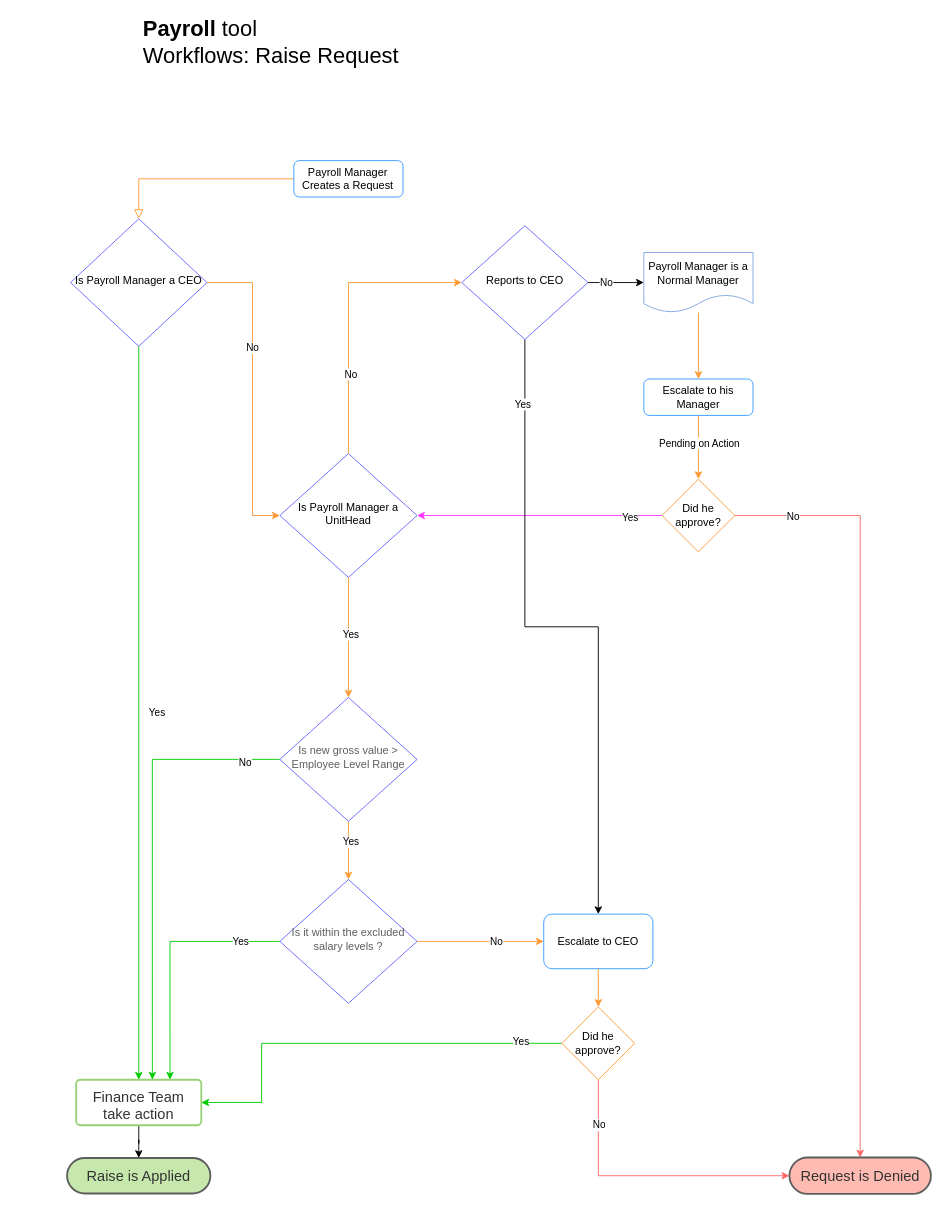
This is SalaryRaise/Untitled Diagram.drawio from paula-at-flairs/Payroll-Workflows, a draw.io file, before an edit. Source tidied: cells renumbered, new cells numbered last; positions are measured from the earlier drawing's top-left corner, leaving out a move shared by most shapes. Both pictures are drawn from the tidied source at 91%, with x=0, y=0 at pixel (66, 24).
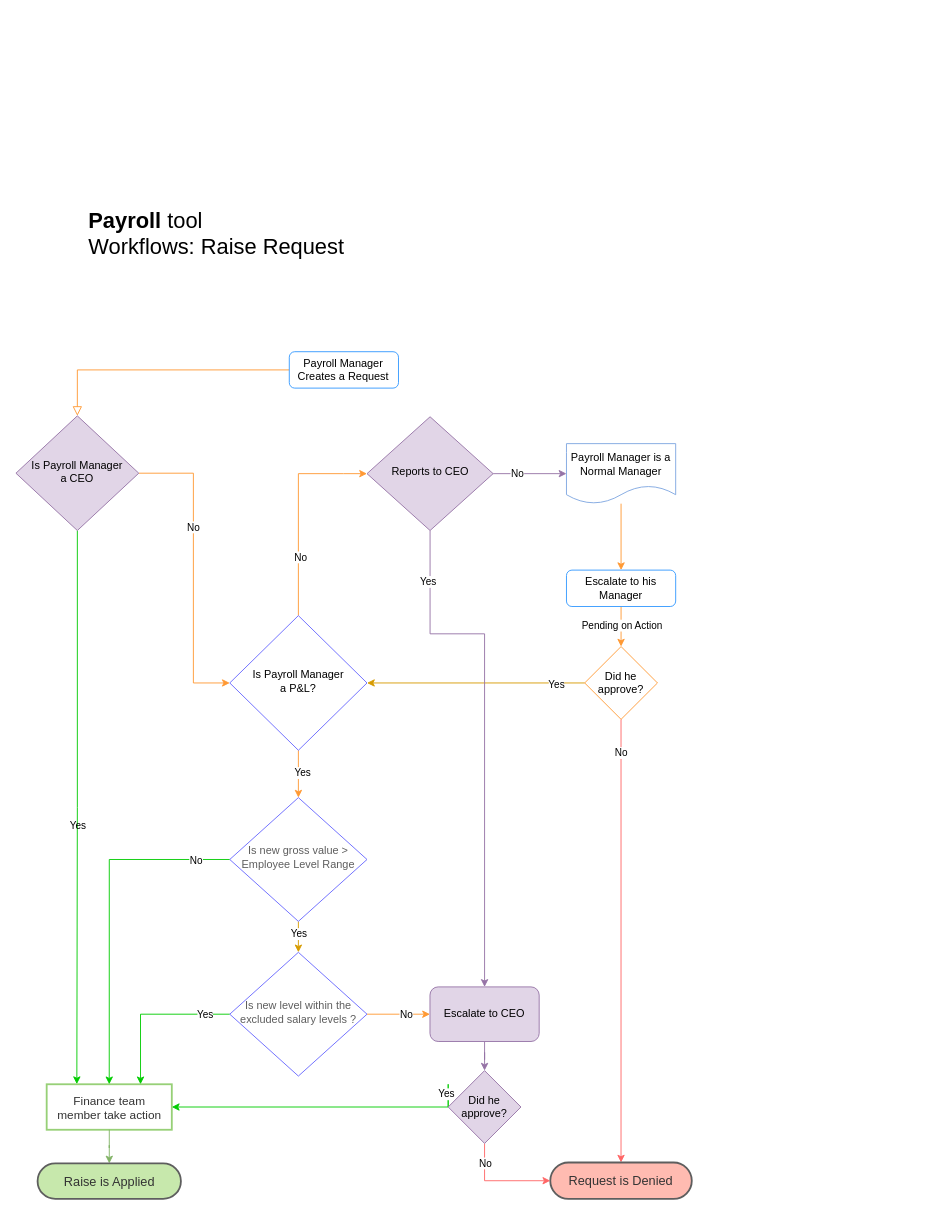
After the change.

Commit message (it also covers changes not shown here):
simplified salary raise flow

Unchanged cells that the change refers to:
```xml
<mxCell id="11" style="edgeStyle=orthogonalEdgeStyle;rounded=0;jettySize=auto;html=1;entryX=0.5;entryY=0;entryDx=0;entryDy=0;strokeColor=#FF9933;" parent="1" edge="1" source="15" target="20">
  <mxGeometry relative="1" as="geometry" />
</mxCell>
<mxCell id="23" style="edgeStyle=orthogonalEdgeStyle;rounded=0;jettySize=auto;html=1;entryX=0.5;entryY=0;entryDx=0;entryDy=0;strokeColor=#FF9933;" parent="1" edge="1" source="25" target="30">
  <mxGeometry relative="1" as="geometry" />
</mxCell>
<mxCell id="41" style="edgeStyle=orthogonalEdgeStyle;rounded=0;jettySize=auto;html=1;entryX=0;entryY=0.5;entryDx=0;entryDy=0;exitX=0.5;exitY=1;exitDx=0;exitDy=0;strokeColor=#FF6666;" parent="1" edge="1" source="43" target="31">
  <mxGeometry relative="1" as="geometry" />
</mxCell>
```

The edit, as a diff of the source:
```diff
@@
+    <mxCell id="9" value="&lt;font style=&quot;font-size: 13px&quot;&gt;Finance team member take action&lt;/font&gt;" style="html=1;overflow=block;blockSpacing=1;whiteSpace=wrap;whiteSpace=wrap;fontSize=14;fontColor=#333333;spacing=9;strokeColor=#97D077;strokeOpacity=100;rounded=1;absoluteArcSize=1;arcSize=0;strokeWidth=2;" parent="1" vertex="1">
+      <mxGeometry x="-22.2" y="1165" width="137.5" height="50" as="geometry" />
+    </mxCell>
@@
     <mxCell id="3" value="Payroll Manager Creates a Request" style="rounded=1;whiteSpace=wrap;html=1;fontSize=12;glass=0;strokeWidth=1;shadow=0;strokeColor=#3399FF;" parent="1" vertex="1">
-      <mxGeometry x="249.4" y="150" width="120" height="40" as="geometry" />
+      <mxGeometry x="244.4" y="360" width="120" height="40" as="geometry" />
     </mxCell>
-    <mxCell id="4" value="Yes" style="rounded=0;html=1;jettySize=auto;fontSize=11;endArrow=classic;endFill=1;strokeWidth=1;shadow=0;labelBackgroundColor=none;edgeStyle=orthogonalEdgeStyle;entryX=0.5;entryY=0;entryDx=0;entryDy=0;strokeColor=#00CC00;" parent="1" edge="1" source="7" target="9">
+    <mxCell id="4" value="Yes" style="rounded=0;html=1;jettySize=auto;fontSize=11;endArrow=classic;endFill=1;strokeWidth=1;shadow=0;labelBackgroundColor=none;edgeStyle=orthogonalEdgeStyle;strokeColor=#00CC00;entryX=0.241;entryY=-0.003;entryDx=0;entryDy=0;entryPerimeter=0;" parent="1" edge="1" source="7" target="9">
       <mxGeometry y="20" relative="1" as="geometry" />
     </mxCell>
     <mxCell id="5" style="edgeStyle=orthogonalEdgeStyle;rounded=0;jettySize=auto;html=1;entryX=0;entryY=0.5;entryDx=0;entryDy=0;strokeColor=#FF9933;" parent="1" edge="1" source="7" target="15">
       <mxGeometry relative="1" as="geometry">
         <Array as="points">
-          <mxPoint x="204" y="284" />
-          <mxPoint x="204" y="540" />
+          <mxPoint x="139" y="494" />
+          <mxPoint x="139" y="724" />
         </Array>
       </mxGeometry>
     </mxCell>
@@
-    <mxCell id="7" value="Is Payroll Manager a CEO" style="rhombus;whiteSpace=wrap;html=1;shadow=0;fontFamily=Helvetica;fontSize=12;align=center;strokeWidth=1;spacing=6;spacingTop=-4;strokeColor=#6666FF;" parent="1" vertex="1">
-      <mxGeometry x="4" y="214" width="150" height="140" as="geometry" />
+    <mxCell id="7" value="Is Payroll Manager &lt;br&gt;a CEO" style="rhombus;whiteSpace=wrap;html=1;shadow=0;fontFamily=Helvetica;fontSize=12;align=center;strokeWidth=1;spacing=6;spacingTop=-4;strokeColor=#9673a6;fillColor=#e1d5e7;" parent="1" vertex="1">
+      <mxGeometry x="-56" y="430.5" width="135" height="126" as="geometry" />
     </mxCell>
-    <mxCell id="8" style="edgeStyle=orthogonalEdgeStyle;rounded=0;jettySize=auto;html=1;" parent="1" edge="1" source="9" target="10">
+    <mxCell id="8" style="edgeStyle=orthogonalEdgeStyle;rounded=0;jettySize=auto;html=1;fillColor=#d5e8d4;strokeColor=#82b366;" parent="1" edge="1" source="9" target="10">
       <mxGeometry relative="1" as="geometry" />
     </mxCell>
-    <mxCell id="9" value="Finance Team take action" style="html=1;overflow=block;blockSpacing=1;whiteSpace=wrap;whiteSpace=wrap;fontSize=16;fontColor=#333333;spacing=9;strokeColor=#97D077;strokeOpacity=100;rounded=1;absoluteArcSize=1;arcSize=9;strokeWidth=2;" parent="1" vertex="1">
-      <mxGeometry x="10.2" y="1160" width="137.5" height="50" as="geometry" />
-    </mxCell>
-    <mxCell id="10" value="Raise is Applied" style="html=1;overflow=block;blockSpacing=1;whiteSpace=wrap;rounded=1;arcSize=50;whiteSpace=wrap;fontSize=16;fontColor=#333333;spacing=4;strokeColor=#5e5e5e;strokeOpacity=100;fillOpacity=100;fillColor=#c7e8ac;strokeWidth=2;" parent="1" vertex="1">
-      <mxGeometry x="0.2" y="1246" width="157.5" height="39" as="geometry" />
+    <mxCell id="10" value="Raise is Applied" style="html=1;overflow=block;blockSpacing=1;whiteSpace=wrap;rounded=1;arcSize=50;whiteSpace=wrap;fontSize=14;fontColor=#333333;spacing=4;strokeColor=#5e5e5e;strokeOpacity=100;fillOpacity=100;fillColor=#c7e8ac;strokeWidth=2;" parent="1" vertex="1">
+      <mxGeometry x="-32.2" y="1252" width="157.5" height="39" as="geometry" />
     </mxCell>
@@
     <mxCell id="12" value="Yes" style="edgeLabel;html=1;align=center;verticalAlign=middle;" parent="11" vertex="1">
-      <mxGeometry x="-0.06" y="2" relative="1" as="geometry" />
+      <mxGeometry x="-0.06" y="2" relative="1" as="geometry">
+        <mxPoint x="2" as="offset" />
+      </mxGeometry>
     </mxCell>
     <mxCell id="13" style="edgeStyle=orthogonalEdgeStyle;rounded=0;jettySize=auto;html=1;exitX=0.5;exitY=0;exitDx=0;exitDy=0;strokeColor=#FF9933;entryX=0;entryY=0.5;entryDx=0;entryDy=0;" parent="1" edge="1" source="15" target="49">
       <mxGeometry relative="1" as="geometry">
         <Array as="points">
-          <mxPoint x="309" y="284" />
-          <mxPoint x="414" y="284" />
+          <mxPoint x="304" y="494" />
+          <mxPoint x="409" y="494" />
         </Array>
       </mxGeometry>
     </mxCell>
@@
-    <mxCell id="15" value="Is Payroll Manager a UnitHead" style="rhombus;whiteSpace=wrap;html=1;shadow=0;fontFamily=Helvetica;fontSize=12;align=center;strokeWidth=1;spacing=6;spacingTop=-4;strokeColor=#6666FF;" parent="1" vertex="1">
-      <mxGeometry x="234" y="472" width="150.8" height="136" as="geometry" />
+    <mxCell id="15" value="Is Payroll Manager &lt;br&gt;a P&amp;amp;L?" style="rhombus;whiteSpace=wrap;html=1;shadow=0;fontFamily=Helvetica;fontSize=12;align=center;strokeWidth=1;spacing=6;spacingTop=-4;strokeColor=#6666FF;" parent="1" vertex="1">
+      <mxGeometry x="179" y="650" width="150.8" height="148" as="geometry" />
     </mxCell>
-    <mxCell id="16" style="edgeStyle=orthogonalEdgeStyle;rounded=0;jettySize=auto;html=1;entryX=0.5;entryY=0;entryDx=0;entryDy=0;strokeColor=#FF9933;" parent="1" edge="1" source="20" target="36">
-      <mxGeometry relative="1" as="geometry" />
-    </mxCell>
-    <mxCell id="17" value="Yes" style="edgeLabel;html=1;align=center;verticalAlign=middle;" parent="16" vertex="1">
-      <mxGeometry x="-0.3" y="2" relative="1" as="geometry" />
-    </mxCell>
-    <mxCell id="18" style="edgeStyle=orthogonalEdgeStyle;rounded=0;jettySize=auto;html=1;entryX=0.609;entryY=0;entryDx=0;entryDy=0;entryPerimeter=0;strokeColor=#00CC00;" parent="1" edge="1" source="20" target="9">
-      <mxGeometry relative="1" as="geometry" />
-    </mxCell>
-    <mxCell id="19" value="No" style="edgeLabel;html=1;align=center;verticalAlign=middle;" parent="18" vertex="1">
-      <mxGeometry x="-0.84" y="3" relative="1" as="geometry" />
-    </mxCell>
-    <mxCell id="20" value="&lt;span style=&quot;color: rgb(94 , 94 , 94)&quot;&gt;Is new gross value &amp;gt; Employee Level Range&lt;/span&gt;" style="rhombus;whiteSpace=wrap;html=1;shadow=0;fontFamily=Helvetica;fontSize=12;align=center;strokeWidth=1;spacing=6;spacingTop=-4;strokeColor=#6666FF;" parent="1" vertex="1">
-      <mxGeometry x="234" y="740" width="150.8" height="136" as="geometry" />
-    </mxCell>
@@
     <mxCell id="22" value="Payroll Manager is a Normal Manager" style="shape=document;whiteSpace=wrap;html=1;boundedLbl=1;strokeColor=#7EA6E0;" parent="1" vertex="1">
-      <mxGeometry x="634" y="251" width="120" height="66" as="geometry" />
+      <mxGeometry x="549" y="461" width="120" height="66" as="geometry" />
     </mxCell>
@@
     <mxCell id="24" value="Pending on Action" style="edgeLabel;html=1;align=center;verticalAlign=middle;" parent="23" vertex="1">
       <mxGeometry x="0.82" y="2" relative="1" as="geometry">
-        <mxPoint x="-2" y="-33.7" as="offset" />
+        <mxPoint x="-2" y="-20" as="offset" />
       </mxGeometry>
     </mxCell>
     <mxCell id="25" value="Escalate to his Manager" style="rounded=1;whiteSpace=wrap;html=1;fontSize=12;glass=0;strokeWidth=1;shadow=0;strokeColor=#3399FF;" parent="1" vertex="1">
-      <mxGeometry x="634" y="390" width="120" height="40" as="geometry" />
+      <mxGeometry x="549" y="600" width="120" height="40" as="geometry" />
     </mxCell>
@@
-    <mxCell id="28" style="edgeStyle=orthogonalEdgeStyle;rounded=0;jettySize=auto;html=1;exitX=0;exitY=0.5;exitDx=0;exitDy=0;entryX=1;entryY=0.5;entryDx=0;entryDy=0;strokeColor=#FF33FF;" parent="1" edge="1" source="30" target="15">
+    <mxCell id="28" style="edgeStyle=orthogonalEdgeStyle;rounded=0;jettySize=auto;html=1;exitX=0;exitY=0.5;exitDx=0;exitDy=0;entryX=1;entryY=0.5;entryDx=0;entryDy=0;strokeColor=#d79b00;fillColor=#ffe6cc;" parent="1" edge="1" source="30" target="15">
       <mxGeometry relative="1" as="geometry" />
     </mxCell>
@@
     <mxCell id="30" value="Did he approve?" style="rhombus;whiteSpace=wrap;html=1;strokeColor=#FF9933;" parent="1" vertex="1">
-      <mxGeometry x="654" y="500" width="80" height="80" as="geometry" />
+      <mxGeometry x="569" y="684" width="80" height="80" as="geometry" />
     </mxCell>
-    <mxCell id="31" value="Request is Denied" style="html=1;overflow=block;blockSpacing=1;whiteSpace=wrap;rounded=1;arcSize=50;whiteSpace=wrap;fontSize=16;fontColor=#333333;spacing=4;strokeColor=#5e5e5e;strokeOpacity=100;fillOpacity=100;fillColor=#ffbbb1;strokeWidth=2;" parent="1" vertex="1">
-      <mxGeometry x="794" y="1245.5" width="155.5" height="40" as="geometry" />
+    <mxCell id="31" value="Request is Denied" style="html=1;overflow=block;blockSpacing=1;whiteSpace=wrap;rounded=1;arcSize=50;whiteSpace=wrap;fontSize=14;fontColor=#333333;spacing=4;strokeColor=#5e5e5e;strokeOpacity=100;fillOpacity=100;fillColor=#ffbbb1;strokeWidth=2;" parent="1" vertex="1">
+      <mxGeometry x="531.2" y="1251" width="155.5" height="40" as="geometry" />
     </mxCell>
-    <mxCell id="32" style="edgeStyle=orthogonalEdgeStyle;rounded=0;jettySize=auto;html=1;entryX=0.75;entryY=0;entryDx=0;entryDy=0;strokeColor=#00CC00;" parent="1" edge="1" source="36" target="9">
+    <mxCell id="32" style="edgeStyle=orthogonalEdgeStyle;rounded=0;jettySize=auto;html=1;strokeColor=#00CC00;entryX=0.75;entryY=0;entryDx=0;entryDy=0;" parent="1" edge="1" source="36" target="9">
       <mxGeometry relative="1" as="geometry" />
     </mxCell>
@@
-    <mxCell id="36" value="&lt;span data-lucid-content=&quot;{&amp;#34;t&amp;#34;:&amp;#34;Is it within the excluded salary levels ?&amp;#34;,&amp;#34;m&amp;#34;:[{&amp;#34;s&amp;#34;:0,&amp;#34;n&amp;#34;:&amp;#34;c&amp;#34;,&amp;#34;v&amp;#34;:&amp;#34;#5e5e5eff&amp;#34;,&amp;#34;e&amp;#34;:41},{&amp;#34;s&amp;#34;:0,&amp;#34;n&amp;#34;:&amp;#34;s&amp;#34;,&amp;#34;v&amp;#34;:22.22222222222222,&amp;#34;e&amp;#34;:41}]}&quot;&gt;&lt;span style=&quot;color: rgb(94 , 94 , 94)&quot;&gt;&lt;font style=&quot;font-size: 12px&quot;&gt;Is it within the excluded salary levels ?&lt;/font&gt;&lt;/span&gt;&lt;/span&gt;" style="rhombus;whiteSpace=wrap;html=1;shadow=0;fontFamily=Helvetica;fontSize=12;align=center;strokeWidth=1;spacing=6;spacingTop=-4;strokeColor=#6666FF;" parent="1" vertex="1">
-      <mxGeometry x="234" y="940" width="150.8" height="136" as="geometry" />
+    <mxCell id="36" value="&lt;span data-lucid-content=&quot;{&amp;#34;t&amp;#34;:&amp;#34;Is it within the excluded salary levels ?&amp;#34;,&amp;#34;m&amp;#34;:[{&amp;#34;s&amp;#34;:0,&amp;#34;n&amp;#34;:&amp;#34;c&amp;#34;,&amp;#34;v&amp;#34;:&amp;#34;#5e5e5eff&amp;#34;,&amp;#34;e&amp;#34;:41},{&amp;#34;s&amp;#34;:0,&amp;#34;n&amp;#34;:&amp;#34;s&amp;#34;,&amp;#34;v&amp;#34;:22.22222222222222,&amp;#34;e&amp;#34;:41}]}&quot;&gt;&lt;span style=&quot;color: rgb(94 , 94 , 94)&quot;&gt;&lt;font style=&quot;font-size: 12px&quot;&gt;Is new level within the excluded salary levels ?&lt;/font&gt;&lt;/span&gt;&lt;/span&gt;" style="rhombus;whiteSpace=wrap;html=1;shadow=0;fontFamily=Helvetica;fontSize=12;align=center;strokeWidth=1;spacing=6;spacingTop=-4;strokeColor=#6666FF;" parent="1" vertex="1">
+      <mxGeometry x="179" y="1020" width="150.8" height="136" as="geometry" />
     </mxCell>
-    <mxCell id="37" style="edgeStyle=orthogonalEdgeStyle;rounded=0;jettySize=auto;html=1;entryX=0.5;entryY=0;entryDx=0;entryDy=0;strokeColor=#FF9933;" parent="1" edge="1" source="38" target="43">
+    <mxCell id="37" style="edgeStyle=orthogonalEdgeStyle;rounded=0;jettySize=auto;html=1;entryX=0.5;entryY=0;entryDx=0;entryDy=0;strokeColor=#9673a6;fillColor=#e1d5e7;" parent="1" edge="1" source="38" target="43">
       <mxGeometry relative="1" as="geometry" />
     </mxCell>
-    <mxCell id="38" value="Escalate to CEO" style="rounded=1;whiteSpace=wrap;html=1;strokeColor=#3399FF;" parent="1" vertex="1">
-      <mxGeometry x="524" y="978" width="120" height="60" as="geometry" />
+    <mxCell id="38" value="Escalate to CEO" style="rounded=1;whiteSpace=wrap;html=1;strokeColor=#9673a6;fillColor=#e1d5e7;" parent="1" vertex="1">
+      <mxGeometry x="399" y="1058" width="120" height="60" as="geometry" />
     </mxCell>
-    <mxCell id="39" style="edgeStyle=orthogonalEdgeStyle;rounded=0;jettySize=auto;html=1;entryX=1;entryY=0.5;entryDx=0;entryDy=0;strokeColor=#00CC00;" parent="1" edge="1" source="43" target="9">
+    <mxCell id="39" style="edgeStyle=orthogonalEdgeStyle;rounded=0;jettySize=auto;html=1;entryX=1;entryY=0.5;entryDx=0;entryDy=0;strokeColor=#00CC00;exitX=0;exitY=0.5;exitDx=0;exitDy=0;" parent="1" edge="1" source="43" target="9">
       <mxGeometry relative="1" as="geometry">
         <Array as="points">
-          <mxPoint x="214" y="1120" />
-          <mxPoint x="214" y="1185" />
+          <mxPoint x="419" y="1165" />
+          <mxPoint x="419" y="1165" />
         </Array>
       </mxGeometry>
     </mxCell>
@@
     <mxCell id="42" value="No" style="edgeLabel;html=1;align=center;verticalAlign=middle;" parent="41" vertex="1">
       <mxGeometry x="-0.44" y="2" relative="1" as="geometry">
-        <mxPoint x="-2" y="-38.2" as="offset" />
+        <mxPoint x="-2" y="-10.4" as="offset" />
       </mxGeometry>
     </mxCell>
-    <mxCell id="43" value="Did he approve?" style="rhombus;whiteSpace=wrap;html=1;strokeColor=#FF9933;" parent="1" vertex="1">
-      <mxGeometry x="544" y="1080" width="80" height="80" as="geometry" />
+    <mxCell id="43" value="Did he approve?" style="rhombus;whiteSpace=wrap;html=1;strokeColor=#9673a6;fillColor=#e1d5e7;" parent="1" vertex="1">
+      <mxGeometry x="419" y="1150" width="80" height="80" as="geometry" />
     </mxCell>
     <mxCell id="44" value="&lt;div style=&quot;text-align: left&quot;&gt;&lt;font style=&quot;font-size: 24px&quot;&gt;&lt;b&gt;Payroll &lt;/b&gt;tool&lt;/font&gt;&lt;/div&gt;&lt;font style=&quot;font-size: 24px&quot;&gt;&lt;div style=&quot;text-align: left&quot;&gt;&lt;span&gt;Workflows: Raise Request&lt;/span&gt;&lt;/div&gt;&lt;/font&gt;" style="text;html=1;align=center;verticalAlign=middle;" parent="1" vertex="1">
-      <mxGeometry x="74" width="300" height="40" as="geometry" />
+      <mxGeometry x="14" y="210" width="300" height="40" as="geometry" />
     </mxCell>
-    <mxCell id="45" style="edgeStyle=orthogonalEdgeStyle;rounded=0;jettySize=auto;html=1;entryX=0.5;entryY=0;entryDx=0;entryDy=0;" parent="1" edge="1" source="49" target="38">
-      <mxGeometry relative="1" as="geometry" />
+    <mxCell id="45" style="edgeStyle=orthogonalEdgeStyle;rounded=0;jettySize=auto;html=1;entryX=0.5;entryY=0;entryDx=0;entryDy=0;exitX=0.5;exitY=1;exitDx=0;exitDy=0;fillColor=#e1d5e7;strokeColor=#9673a6;" parent="1" edge="1" source="49" target="38">
+      <mxGeometry relative="1" as="geometry">
+        <Array as="points">
+          <mxPoint x="399" y="670" />
+          <mxPoint x="459" y="670" />
+        </Array>
+      </mxGeometry>
     </mxCell>
@@
-    <mxCell id="47" style="edgeStyle=orthogonalEdgeStyle;rounded=0;jettySize=auto;html=1;entryX=0;entryY=0.5;entryDx=0;entryDy=0;" parent="1" edge="1" source="49" target="22">
+    <mxCell id="47" style="edgeStyle=orthogonalEdgeStyle;rounded=0;jettySize=auto;html=1;entryX=0;entryY=0.5;entryDx=0;entryDy=0;fillColor=#e1d5e7;strokeColor=#9673a6;" parent="1" edge="1" source="49" target="22">
       <mxGeometry relative="1" as="geometry" />
     </mxCell>
@@
-    <mxCell id="49" value="Reports to CEO" style="rhombus;whiteSpace=wrap;html=1;shadow=0;fontFamily=Helvetica;fontSize=12;align=center;strokeWidth=1;spacing=6;spacingTop=-4;strokeColor=#6666FF;" parent="1" vertex="1">
-      <mxGeometry x="434" y="221.5" width="138.6" height="125" as="geometry" />
+    <mxCell id="49" value="Reports to CEO" style="rhombus;whiteSpace=wrap;html=1;shadow=0;fontFamily=Helvetica;fontSize=12;align=center;strokeWidth=1;spacing=6;spacingTop=-4;strokeColor=#9673a6;fillColor=#e1d5e7;" parent="1" vertex="1">
+      <mxGeometry x="329.8" y="431.5" width="138.6" height="125" as="geometry" />
     </mxCell>
+    <mxCell id="16" style="edgeStyle=orthogonalEdgeStyle;rounded=0;jettySize=auto;html=1;entryX=0.5;entryY=0;entryDx=0;entryDy=0;fillColor=#ffe6cc;strokeColor=#d79b00;" parent="1" edge="1" source="20" target="36">
+      <mxGeometry relative="1" as="geometry" />
+    </mxCell>
+    <mxCell id="17" value="Yes" style="edgeLabel;html=1;align=center;verticalAlign=middle;" parent="16" vertex="1">
+      <mxGeometry x="-0.68" relative="1" as="geometry">
+        <mxPoint y="6.7" as="offset" />
+      </mxGeometry>
+    </mxCell>
+    <mxCell id="18" style="edgeStyle=orthogonalEdgeStyle;rounded=0;jettySize=auto;html=1;strokeColor=#00CC00;entryX=0.5;entryY=0;entryDx=0;entryDy=0;" parent="1" edge="1" source="20" target="9">
+      <mxGeometry relative="1" as="geometry" />
+    </mxCell>
+    <mxCell id="19" value="No" style="edgeLabel;html=1;align=center;verticalAlign=middle;" parent="18" vertex="1">
+      <mxGeometry x="-0.8" relative="1" as="geometry" />
+    </mxCell>
+    <mxCell id="20" value="&lt;span style=&quot;color: rgb(94 , 94 , 94)&quot;&gt;Is new gross value &amp;gt; Employee Level Range&lt;/span&gt;" style="rhombus;whiteSpace=wrap;html=1;shadow=0;fontFamily=Helvetica;fontSize=12;align=center;strokeWidth=1;spacing=6;spacingTop=-4;strokeColor=#6666FF;" parent="1" vertex="1">
+      <mxGeometry x="179" y="850" width="150.8" height="136" as="geometry" />
+    </mxCell>
```
